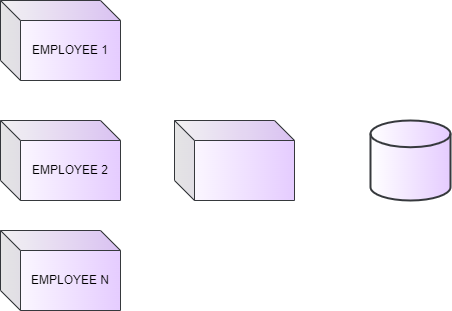
This is dbms_02/DEPLOYMENT.drawio.png from ENG19CS0334-TEJAAL-M/Hotel-Booking-Management-System, a draw.io export, as it was before one commit. Source tidied: cells renumbered, new cells last; positions are measured from the earlier drawing's top-left corner, leaving out a move shared by most shapes.
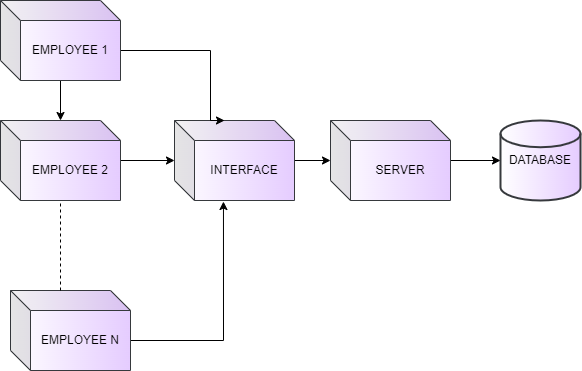
Later version of the same file.

Change to the diagram source:
```diff
@@ -2,20 +2,51 @@
   <root>
     <mxCell id="0" />
     <mxCell id="1" parent="0" />
-    <mxCell id="2" style="strokeWidth=2;html=1;shape=mxgraph.flowchart.database;whiteSpace=wrap;fillColor=#E5CCFF;strokeColor=#36393d;gradientColor=#ffffff;gradientDirection=west;" parent="1" vertex="1">
-      <mxGeometry x="370" y="120" width="80" height="80" as="geometry" />
+    <mxCell id="2" value="DATABASE" style="strokeWidth=2;html=1;shape=mxgraph.flowchart.database;whiteSpace=wrap;fillColor=#E5CCFF;strokeColor=#36393d;gradientColor=#ffffff;gradientDirection=west;" parent="1" vertex="1">
+      <mxGeometry x="500" y="120" width="80" height="80" as="geometry" />
     </mxCell>
+    <mxCell id="7" style="edgeStyle=orthogonalEdgeStyle;rounded=0;jettySize=auto;html=1;" parent="1" edge="1" source="3" target="13">
+      <mxGeometry relative="1" as="geometry" />
+    </mxCell>
-    <mxCell id="3" style="shape=cube;whiteSpace=wrap;html=1;boundedLbl=1;backgroundOutline=1;darkOpacity=0.05;darkOpacity2=0.1;fillColor=#E5CCFF;strokeColor=#36393d;gradientColor=#ffffff;gradientDirection=west;" parent="1" vertex="1">
+    <mxCell id="3" value="INTERFACE" style="shape=cube;whiteSpace=wrap;html=1;boundedLbl=1;backgroundOutline=1;darkOpacity=0.05;darkOpacity2=0.1;fillColor=#E5CCFF;strokeColor=#36393d;gradientColor=#ffffff;gradientDirection=west;" parent="1" vertex="1">
       <mxGeometry x="174" y="120" width="120" height="80" as="geometry" />
     </mxCell>
+    <mxCell id="8" style="edgeStyle=orthogonalEdgeStyle;rounded=0;jettySize=auto;html=1;" parent="1" edge="1" source="4" target="3">
+      <mxGeometry relative="1" as="geometry" />
+    </mxCell>
     <mxCell id="4" value="EMPLOYEE 2" style="shape=cube;whiteSpace=wrap;html=1;boundedLbl=1;backgroundOutline=1;darkOpacity=0.05;darkOpacity2=0.1;fillColor=#E5CCFF;strokeColor=#36393d;gradientColor=#ffffff;gradientDirection=west;" parent="1" vertex="1">
       <mxGeometry y="120" width="120" height="80" as="geometry" />
     </mxCell>
+    <mxCell id="9" style="edgeStyle=orthogonalEdgeStyle;rounded=0;jettySize=auto;html=1;exitX=0;exitY=0;exitDx=120;exitDy=50;exitPerimeter=0;entryX=0.408;entryY=1.013;entryDx=0;entryDy=0;entryPerimeter=0;" parent="1" edge="1" source="5" target="3">
+      <mxGeometry relative="1" as="geometry" />
+    </mxCell>
     <mxCell id="5" value="EMPLOYEE N" style="shape=cube;whiteSpace=wrap;html=1;boundedLbl=1;backgroundOutline=1;darkOpacity=0.05;darkOpacity2=0.1;fillColor=#E5CCFF;strokeColor=#36393d;gradientColor=#ffffff;gradientDirection=west;" parent="1" vertex="1">
-      <mxGeometry y="230" width="120" height="80" as="geometry" />
+      <mxGeometry x="10" y="290" width="120" height="80" as="geometry" />
     </mxCell>
+    <mxCell id="10" style="edgeStyle=orthogonalEdgeStyle;rounded=0;jettySize=auto;html=1;exitX=0;exitY=0;exitDx=120;exitDy=50;exitPerimeter=0;entryX=0;entryY=0;entryDx=50;entryDy=0;entryPerimeter=0;" parent="1" edge="1" source="6" target="3">
+      <mxGeometry relative="1" as="geometry">
+        <Array as="points">
+          <mxPoint x="210" y="50" />
+          <mxPoint x="210" y="120" />
+        </Array>
+      </mxGeometry>
+    </mxCell>
+    <mxCell id="11" style="edgeStyle=orthogonalEdgeStyle;rounded=0;jettySize=auto;html=1;" parent="1" edge="1" source="6" target="4">
+      <mxGeometry relative="1" as="geometry" />
+    </mxCell>
     <mxCell id="6" value="EMPLOYEE 1" style="shape=cube;whiteSpace=wrap;html=1;boundedLbl=1;backgroundOutline=1;darkOpacity=0.05;darkOpacity2=0.1;fillColor=#E5CCFF;strokeColor=#36393d;gradientColor=#ffffff;gradientDirection=west;" parent="1" vertex="1">
       <mxGeometry width="120" height="80" as="geometry" />
     </mxCell>
+    <mxCell id="12" style="edgeStyle=orthogonalEdgeStyle;rounded=0;jettySize=auto;html=1;" parent="1" edge="1" source="13" target="2">
+      <mxGeometry relative="1" as="geometry" />
+    </mxCell>
+    <mxCell id="13" value="SERVER" style="shape=cube;whiteSpace=wrap;html=1;boundedLbl=1;backgroundOutline=1;darkOpacity=0.05;darkOpacity2=0.1;fillColor=#E5CCFF;strokeColor=#36393d;gradientColor=#ffffff;gradientDirection=west;" parent="1" vertex="1">
+      <mxGeometry x="330" y="120" width="120" height="80" as="geometry" />
+    </mxCell>
+    <mxCell id="14" style="endArrow=none;dashed=1;html=1;rounded=0;exitX=0;exitY=0;exitDx=50;exitDy=0;exitPerimeter=0;" parent="1" edge="1" source="5">
+      <mxGeometry relative="1" as="geometry">
+        <mxPoint x="60" y="200" as="targetPoint" />
+      </mxGeometry>
+    </mxCell>
   </root>
 </mxGraphModel>
```
